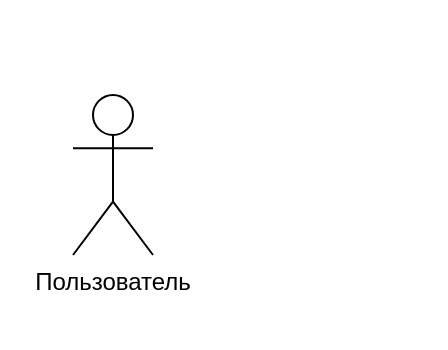
notfredder/AI-SITE-diplom keeps this draw.io diagram as Untitled Diagram.drawio. Above is the earlier version. Source tidied: cells renumbered, new cells numbered last; positions are measured from the earlier drawing's top-left corner, leaving out a move shared by most shapes. Both pictures are drawn from the tidied source at 200%, with x=0, y=0 at pixel (72, 94).
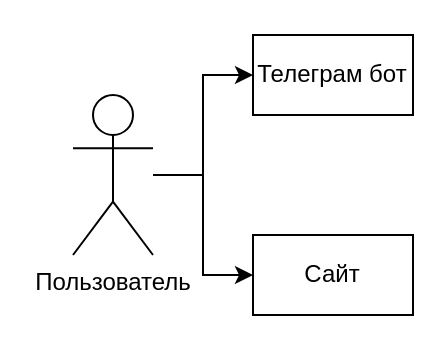
Above is the later version.

The edit, as a diff of the source:
```diff
@@
 <mxGraphModel>
   <root>
     <mxCell id="0" />
     <mxCell id="1" parent="0" />
+    <mxCell id="3" style="edgeStyle=orthogonalEdgeStyle;rounded=0;jettySize=auto;html=1;" parent="1" edge="1" source="2" target="6">
+      <mxGeometry relative="1" as="geometry" />
+    </mxCell>
+    <mxCell id="4" style="edgeStyle=orthogonalEdgeStyle;rounded=0;jettySize=auto;html=1;" parent="1" edge="1" source="2" target="5">
+      <mxGeometry relative="1" as="geometry" />
+    </mxCell>
     <mxCell id="2" value="Пользователь" style="shape=umlActor;verticalLabelPosition=bottom;verticalAlign=top;html=1;outlineConnect=0;" parent="1" vertex="1">
       <mxGeometry width="40" height="80" as="geometry" />
     </mxCell>
+    <mxCell id="5" value="Телеграм бот" style="rounded=0;whiteSpace=wrap;html=1;" parent="1" vertex="1">
+      <mxGeometry x="90" y="-30" width="80" height="40" as="geometry" />
+    </mxCell>
+    <mxCell id="6" value="Сайт" style="rounded=0;whiteSpace=wrap;html=1;" parent="1" vertex="1">
+      <mxGeometry x="90" y="70" width="80" height="40" as="geometry" />
+    </mxCell>
   </root>
 </mxGraphModel>
```
